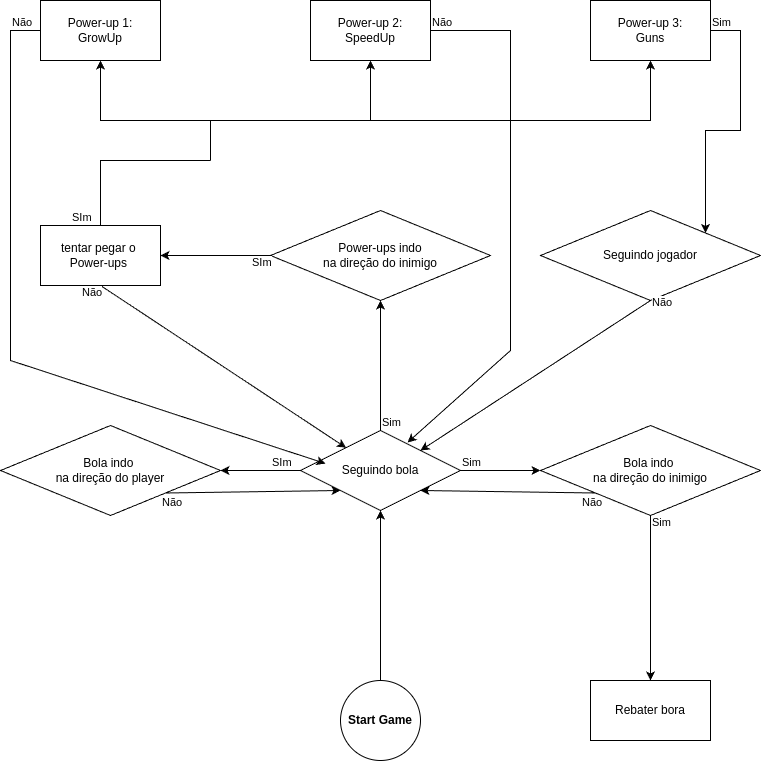
Before: FSM_diagram2.drawio.png, a diagram exported from draw.io (guiardev/Game-design-). Source tidied: cells renumbered, new cells last; positions are measured from the earlier drawing's top-left corner, leaving out a move shared by most shapes.
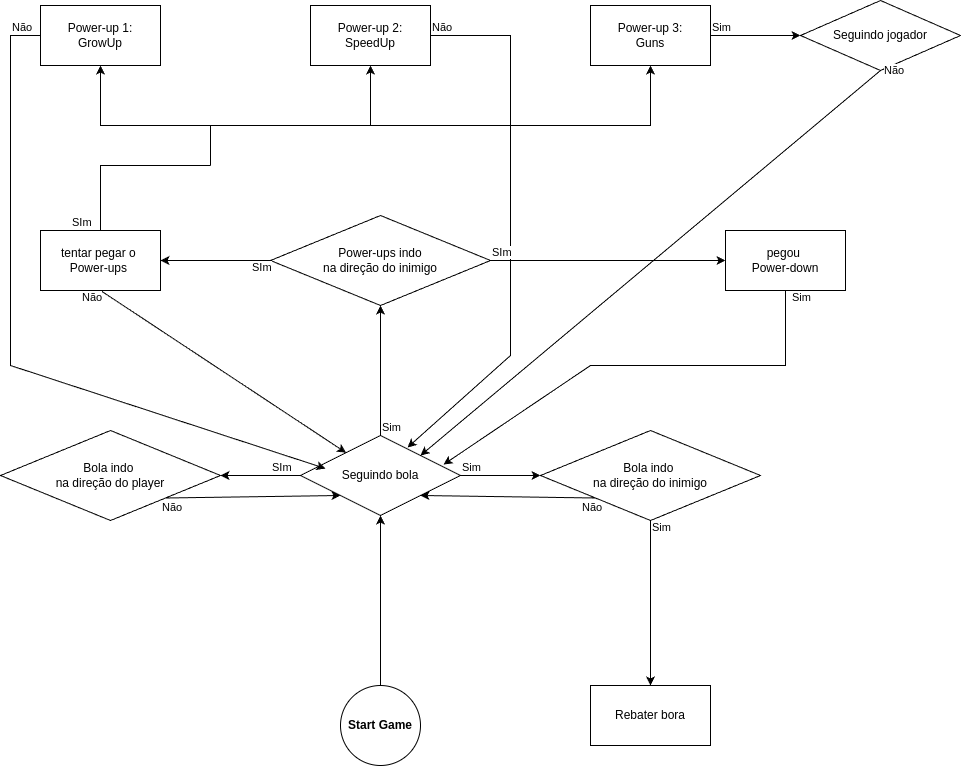
Above is the later version.

What changed in the source:
```diff
@@ -5,6 +5,9 @@
     <mxCell id="2" value="&lt;b&gt;Start Game&lt;/b&gt;" style="ellipse;whiteSpace=wrap;html=1;" parent="1" vertex="1">
       <mxGeometry x="340" y="680" width="80" height="80" as="geometry" />
     </mxCell>
+    <mxCell id="43" style="edgeStyle=orthogonalEdgeStyle;rounded=0;jettySize=auto;html=1;" parent="1" edge="1" source="3" target="4">
+      <mxGeometry relative="1" as="geometry" />
+    </mxCell>
     <mxCell id="3" value="Seguindo bola" style="rhombus;whiteSpace=wrap;html=1;" parent="1" vertex="1">
       <mxGeometry x="300" y="430" width="160" height="80" as="geometry" />
     </mxCell>
@@ -124,18 +127,8 @@
       </mxGeometry>
     </mxCell>
     <mxCell id="34" value="Seguindo jogador" style="rhombus;whiteSpace=wrap;html=1;" parent="1" vertex="1">
-      <mxGeometry x="540" y="210" width="220" height="90" as="geometry" />
+      <mxGeometry x="800" y="-5" width="160" height="70" as="geometry" />
     </mxCell>
-    <mxCell id="35" style="endArrow=classic;html=1;rounded=0;exitX=1;exitY=0.5;exitDx=0;exitDy=0;entryX=1;entryY=0;entryDx=0;entryDy=0;" parent="1" edge="1" source="28" target="34">
-      <mxGeometry relative="1" as="geometry">
-        <Array as="points">
-          <mxPoint x="740" y="30" />
-          <mxPoint x="740" y="120" />
-          <mxPoint x="740" y="130" />
-          <mxPoint x="705" y="130" />
-        </Array>
-      </mxGeometry>
-    </mxCell>
     <mxCell id="36" value="Sim" style="edgeLabel;html=1;align=left;verticalAlign=bottom;" parent="1" vertex="1">
       <mxGeometry x="710" y="30" as="geometry" />
     </mxCell>
@@ -143,7 +136,9 @@
       <mxGeometry relative="1" as="geometry" />
     </mxCell>
     <mxCell id="38" value="Não" style="edgeLabel;html=1;align=left;verticalAlign=bottom;" parent="1" vertex="1">
-      <mxGeometry x="650" y="310" as="geometry" />
+      <mxGeometry x="870" y="130" as="geometry">
+        <mxPoint x="12" y="-57" as="offset" />
+      </mxGeometry>
     </mxCell>
     <mxCell id="39" style="endArrow=classic;html=1;rounded=0;exitX=1;exitY=0.5;exitDx=0;exitDy=0;entryX=0.669;entryY=0.15;entryDx=0;entryDy=0;entryPerimeter=0;" parent="1" edge="1" source="27" target="3">
       <mxGeometry relative="1" as="geometry">
@@ -168,5 +163,28 @@
         </Array>
       </mxGeometry>
     </mxCell>
+    <mxCell id="35" style="endArrow=classic;html=1;rounded=0;exitX=1;exitY=0.5;exitDx=0;exitDy=0;entryX=0;entryY=0.5;entryDx=0;entryDy=0;" parent="1" edge="1" source="28" target="34">
+      <mxGeometry relative="1" as="geometry" />
+    </mxCell>
+    <mxCell id="44" value="pegou&amp;nbsp;&lt;div&gt;Power-down&lt;/div&gt;" style="rounded=0;whiteSpace=wrap;html=1;" parent="1" vertex="1">
+      <mxGeometry x="725" y="225" width="120" height="60" as="geometry" />
+    </mxCell>
+    <mxCell id="45" style="endArrow=classic;html=1;rounded=0;exitX=1;exitY=0.5;exitDx=0;exitDy=0;entryX=0;entryY=0.5;entryDx=0;entryDy=0;" parent="1" edge="1" source="11" target="44">
+      <mxGeometry relative="1" as="geometry" />
+    </mxCell>
+    <mxCell id="46" value="SIm" style="edgeLabel;html=1;align=left;verticalAlign=bottom;" parent="1" vertex="1">
+      <mxGeometry x="490" y="255" as="geometry" />
+    </mxCell>
+    <mxCell id="47" style="endArrow=classic;html=1;rounded=0;exitX=0.5;exitY=1;exitDx=0;exitDy=0;entryX=0.894;entryY=0.363;entryDx=0;entryDy=0;entryPerimeter=0;" parent="1" edge="1" source="44" target="3">
+      <mxGeometry relative="1" as="geometry">
+        <Array as="points">
+          <mxPoint x="785" y="360" />
+          <mxPoint x="590" y="360" />
+        </Array>
+      </mxGeometry>
+    </mxCell>
+    <mxCell id="48" value="Sim" style="edgeLabel;html=1;align=left;verticalAlign=bottom;" parent="1" vertex="1">
+      <mxGeometry x="790" y="300" as="geometry" />
+    </mxCell>
   </root>
 </mxGraphModel>
```
